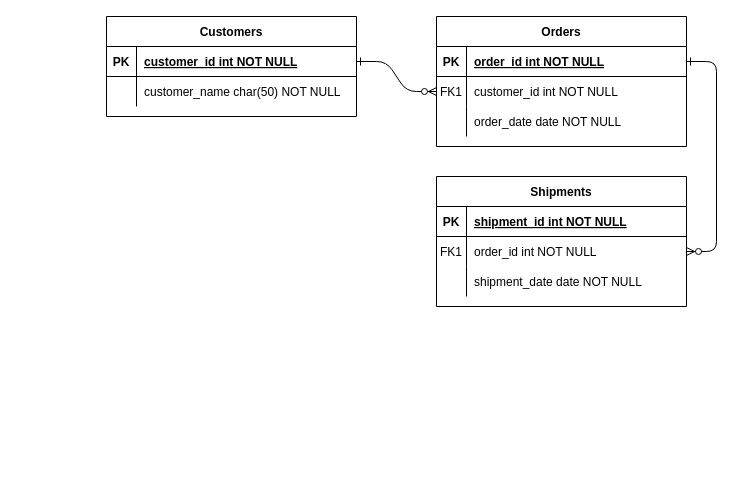
Before: Untitled Diagram.drawio in ale8ander/ale8ander, a draw.io diagram. Source tidied: cells renumbered, new cells numbered last; positions are measured from the earlier drawing's top-left corner, leaving out a move shared by most shapes. Both pictures are drawn from the tidied source at 100%, with x=0, y=0 at pixel (106, 16).
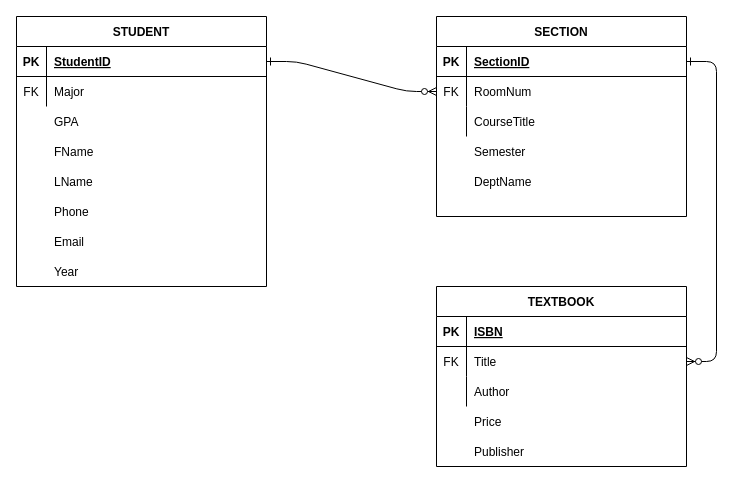
The same diagram, later.

The change refers to these unchanged cells:
```xml
<mxCell id="5" style="shape=partialRectangle;fillColor=none;points=[[0,0.5],[1,0.5]];portConstraint=eastwest;top=0;left=0;right=0;bottom=1;" parent="4" vertex="1">
  <mxGeometry y="30" width="250" height="30" as="geometry" />
</mxCell>
<mxCell id="8" style="shape=partialRectangle;fillColor=none;points=[[0,0.5],[1,0.5]];portConstraint=eastwest;top=0;left=0;right=0;bottom=0;" parent="4" vertex="1">
  <mxGeometry y="60" width="250" height="30" as="geometry" />
</mxCell>
<mxCell id="11" style="shape=partialRectangle;fillColor=none;top=0;left=0;right=0;bottom=0;" parent="4" vertex="1">
  <mxGeometry y="90" width="250" height="30" as="geometry" />
</mxCell>
<mxCell id="15" style="shape=partialRectangle;fillColor=none;top=0;left=0;right=0;bottom=1;" parent="14" vertex="1">
  <mxGeometry y="30" width="250" height="30" as="geometry" />
</mxCell>
<mxCell id="18" style="shape=partialRectangle;fillColor=none;points=[[0,0.5],[1,0.5]];portConstraint=eastwest;top=0;left=0;right=0;bottom=0;" parent="14" vertex="1">
  <mxGeometry y="60" width="250" height="30" as="geometry" />
</mxCell>
<mxCell id="21" style="shape=partialRectangle;fillColor=none;top=0;left=0;right=0;bottom=0;" parent="14" vertex="1">
  <mxGeometry y="90" width="250" height="30" as="geometry" />
</mxCell>
<mxCell id="25" style="shape=partialRectangle;fillColor=none;points=[[0,0.5],[1,0.5]];portConstraint=eastwest;top=0;left=0;right=0;bottom=1;" parent="24" vertex="1">
  <mxGeometry y="30" width="250" height="30" as="geometry" />
</mxCell>
<mxCell id="28" style="shape=partialRectangle;fillColor=none;top=0;left=0;right=0;bottom=0;" parent="24" vertex="1">
  <mxGeometry y="60" width="250" height="30" as="geometry" />
</mxCell>
```

Change to the diagram source:
```diff
@@
-    <mxCell id="4" value="Orders" style="shape=table;startSize=30;childLayout=tableLayout;rowLines=0;fontStyle=1;align=center;" parent="1" vertex="1">
-      <mxGeometry x="330" width="250" height="130" as="geometry" />
+    <mxCell id="4" value="SECTION" style="shape=table;startSize=30;childLayout=tableLayout;rowLines=0;fontStyle=1;align=center;" parent="1" vertex="1">
+      <mxGeometry x="330" width="250" height="200" as="geometry" />
     </mxCell>
@@
-    <mxCell id="7" value="order_id int NOT NULL " style="shape=partialRectangle;overflow=hidden;fillColor=none;top=0;left=0;bottom=0;right=0;align=left;spacingLeft=6;fontStyle=5;" parent="5" vertex="1">
+    <mxCell id="7" value="SectionID" style="shape=partialRectangle;overflow=hidden;fillColor=none;top=0;left=0;bottom=0;right=0;align=left;spacingLeft=6;fontStyle=5;" parent="5" vertex="1">
       <mxGeometry x="30" width="220" height="30" as="geometry" />
     </mxCell>
@@
-    <mxCell id="9" value="FK1" style="shape=partialRectangle;overflow=hidden;fillColor=none;top=0;left=0;bottom=0;right=0;" parent="8" vertex="1">
+    <mxCell id="9" value="FK" style="shape=partialRectangle;overflow=hidden;fillColor=none;top=0;left=0;bottom=0;right=0;" parent="8" vertex="1">
       <mxGeometry width="30" height="30" as="geometry" />
     </mxCell>
-    <mxCell id="10" value="customer_id int NOT NULL" style="shape=partialRectangle;overflow=hidden;fillColor=none;top=0;left=0;bottom=0;right=0;align=left;spacingLeft=6;" parent="8" vertex="1">
+    <mxCell id="10" value="RoomNum" style="shape=partialRectangle;overflow=hidden;fillColor=none;top=0;left=0;bottom=0;right=0;align=left;spacingLeft=6;" parent="8" vertex="1">
       <mxGeometry x="30" width="220" height="30" as="geometry" />
     </mxCell>
@@
-    <mxCell id="13" value="order_date date NOT NULL" style="shape=partialRectangle;overflow=hidden;fillColor=none;top=0;left=0;bottom=0;right=0;align=left;spacingLeft=6;" parent="11" vertex="1">
+    <mxCell id="13" value="CourseTitle" style="shape=partialRectangle;overflow=hidden;fillColor=none;top=0;left=0;bottom=0;right=0;align=left;spacingLeft=6;" parent="11" vertex="1">
       <mxGeometry x="30" width="220" height="30" as="geometry" />
     </mxCell>
-    <mxCell id="14" value="Shipments" style="shape=table;startSize=30;childLayout=tableLayout;rowLines=0;fontStyle=1;align=center;" parent="1" vertex="1">
-      <mxGeometry x="330" y="160" width="250" height="130" as="geometry" />
+    <mxCell id="14" value="TEXTBOOK" style="shape=table;startSize=30;childLayout=tableLayout;rowLines=0;fontStyle=1;align=center;" parent="1" vertex="1">
+      <mxGeometry x="330" y="270" width="250" height="180" as="geometry" />
     </mxCell>
@@
-    <mxCell id="17" value="shipment_id int NOT NULL " style="shape=partialRectangle;overflow=hidden;fillColor=none;top=0;left=0;bottom=0;right=0;align=left;spacingLeft=6;fontStyle=5;" parent="15" vertex="1">
+    <mxCell id="17" value="ISBN" style="shape=partialRectangle;overflow=hidden;fillColor=none;top=0;left=0;bottom=0;right=0;align=left;spacingLeft=6;fontStyle=5;" parent="15" vertex="1">
       <mxGeometry x="30" width="220" height="30" as="geometry" />
     </mxCell>
@@
-    <mxCell id="19" value="FK1" style="shape=partialRectangle;overflow=hidden;fillColor=none;top=0;left=0;bottom=0;right=0;" parent="18" vertex="1">
+    <mxCell id="19" value="FK" style="shape=partialRectangle;overflow=hidden;fillColor=none;top=0;left=0;bottom=0;right=0;" parent="18" vertex="1">
       <mxGeometry width="30" height="30" as="geometry" />
     </mxCell>
-    <mxCell id="20" value="order_id int NOT NULL" style="shape=partialRectangle;overflow=hidden;fillColor=none;top=0;left=0;bottom=0;right=0;align=left;spacingLeft=6;" parent="18" vertex="1">
+    <mxCell id="20" value="Title" style="shape=partialRectangle;overflow=hidden;fillColor=none;top=0;left=0;bottom=0;right=0;align=left;spacingLeft=6;" parent="18" vertex="1">
       <mxGeometry x="30" width="220" height="30" as="geometry" />
     </mxCell>
@@
-    <mxCell id="23" value="shipment_date date NOT NULL" style="shape=partialRectangle;overflow=hidden;fillColor=none;top=0;left=0;bottom=0;right=0;align=left;spacingLeft=6;" parent="21" vertex="1">
+    <mxCell id="23" value="Author" style="shape=partialRectangle;overflow=hidden;fillColor=none;top=0;left=0;bottom=0;right=0;align=left;spacingLeft=6;" parent="21" vertex="1">
       <mxGeometry x="30" width="220" height="30" as="geometry" />
     </mxCell>
-    <mxCell id="24" value="Customers" style="shape=table;startSize=30;childLayout=tableLayout;rowLines=0;fontStyle=1;align=center;" parent="1" vertex="1">
-      <mxGeometry width="250" height="100" as="geometry" />
+    <mxCell id="24" value="STUDENT" style="shape=table;startSize=30;childLayout=tableLayout;rowLines=0;fontStyle=1;align=center;" parent="1" vertex="1">
+      <mxGeometry x="-90" width="250" height="270" as="geometry" />
     </mxCell>
@@
-    <mxCell id="27" value="customer_id int NOT NULL " style="shape=partialRectangle;overflow=hidden;fillColor=none;top=0;left=0;bottom=0;right=0;align=left;spacingLeft=6;fontStyle=5;" parent="25" vertex="1">
+    <mxCell id="27" value="StudentID" style="shape=partialRectangle;overflow=hidden;fillColor=none;top=0;left=0;bottom=0;right=0;align=left;spacingLeft=6;fontStyle=5;" parent="25" vertex="1">
       <mxGeometry x="30" width="220" height="30" as="geometry" />
     </mxCell>
@@
-    <mxCell id="30" value="customer_name char(50) NOT NULL" style="shape=partialRectangle;overflow=hidden;fillColor=none;top=0;left=0;bottom=0;right=0;align=left;spacingLeft=6;" parent="28" vertex="1">
+    <mxCell id="30" value="Major" style="shape=partialRectangle;overflow=hidden;fillColor=none;top=0;left=0;bottom=0;right=0;align=left;spacingLeft=6;" parent="28" vertex="1">
       <mxGeometry x="30" width="220" height="30" as="geometry" />
     </mxCell>
+    <mxCell id="31" value="GPA" style="shape=partialRectangle;overflow=hidden;fillColor=none;top=0;left=0;bottom=0;right=0;align=left;spacingLeft=6;" parent="1" vertex="1">
+      <mxGeometry x="-60" y="90" width="220" height="30" as="geometry" />
+    </mxCell>
+    <mxCell id="32" value="FK" style="shape=partialRectangle;overflow=hidden;fillColor=none;top=0;left=0;bottom=0;right=0;" parent="1" vertex="1">
+      <mxGeometry x="-90" y="60" width="30" height="30" as="geometry" />
+    </mxCell>
+    <mxCell id="33" value="FName" style="shape=partialRectangle;overflow=hidden;fillColor=none;top=0;left=0;bottom=0;right=0;align=left;spacingLeft=6;" parent="1" vertex="1">
+      <mxGeometry x="-60" y="120" width="220" height="30" as="geometry" />
+    </mxCell>
+    <mxCell id="34" value="LName" style="shape=partialRectangle;overflow=hidden;fillColor=none;top=0;left=0;bottom=0;right=0;align=left;spacingLeft=6;" parent="1" vertex="1">
+      <mxGeometry x="-60" y="150" width="220" height="30" as="geometry" />
+    </mxCell>
+    <mxCell id="35" value="Phone" style="shape=partialRectangle;overflow=hidden;fillColor=none;top=0;left=0;bottom=0;right=0;align=left;spacingLeft=6;" parent="1" vertex="1">
+      <mxGeometry x="-60" y="180" width="220" height="30" as="geometry" />
+    </mxCell>
+    <mxCell id="36" value="Email" style="shape=partialRectangle;overflow=hidden;fillColor=none;top=0;left=0;bottom=0;right=0;align=left;spacingLeft=6;" parent="1" vertex="1">
+      <mxGeometry x="-60" y="210" width="220" height="30" as="geometry" />
+    </mxCell>
+    <mxCell id="37" value="Year" style="shape=partialRectangle;overflow=hidden;fillColor=none;top=0;left=0;bottom=0;right=0;align=left;spacingLeft=6;" parent="1" vertex="1">
+      <mxGeometry x="-60" y="240" width="220" height="30" as="geometry" />
+    </mxCell>
+    <mxCell id="38" value="Semester" style="shape=partialRectangle;overflow=hidden;fillColor=none;top=0;left=0;bottom=0;right=0;align=left;spacingLeft=6;" parent="1" vertex="1">
+      <mxGeometry x="360" y="120" width="220" height="30" as="geometry" />
+    </mxCell>
+    <mxCell id="39" value="DeptName" style="shape=partialRectangle;overflow=hidden;fillColor=none;top=0;left=0;bottom=0;right=0;align=left;spacingLeft=6;" parent="1" vertex="1">
+      <mxGeometry x="360" y="150" width="220" height="30" as="geometry" />
+    </mxCell>
+    <mxCell id="40" value="Price" style="shape=partialRectangle;overflow=hidden;fillColor=none;top=0;left=0;bottom=0;right=0;align=left;spacingLeft=6;" parent="1" vertex="1">
+      <mxGeometry x="360" y="390" width="220" height="30" as="geometry" />
+    </mxCell>
+    <mxCell id="41" value="Publisher" style="shape=partialRectangle;overflow=hidden;fillColor=none;top=0;left=0;bottom=0;right=0;align=left;spacingLeft=6;" parent="1" vertex="1">
+      <mxGeometry x="360" y="420" width="220" height="30" as="geometry" />
+    </mxCell>
```
